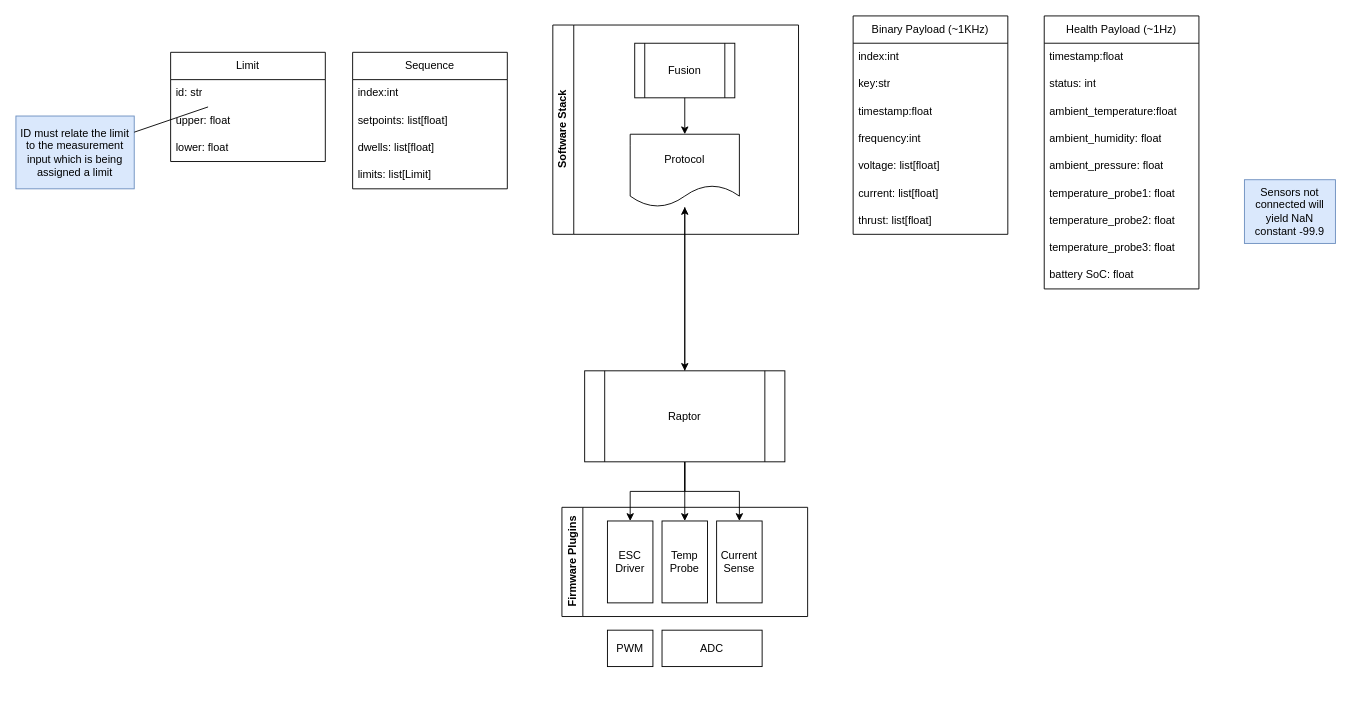
The draw.io diagram raptor/v1/Topology.drawio in dronectl/ddd, before the edit. Source tidied: cells renumbered, new cells numbered last; positions are measured from the earlier drawing's top-left corner, leaving out a move shared by most shapes. Both pictures are drawn from the tidied source at 91%, with x=0, y=0 at pixel (15, 15).
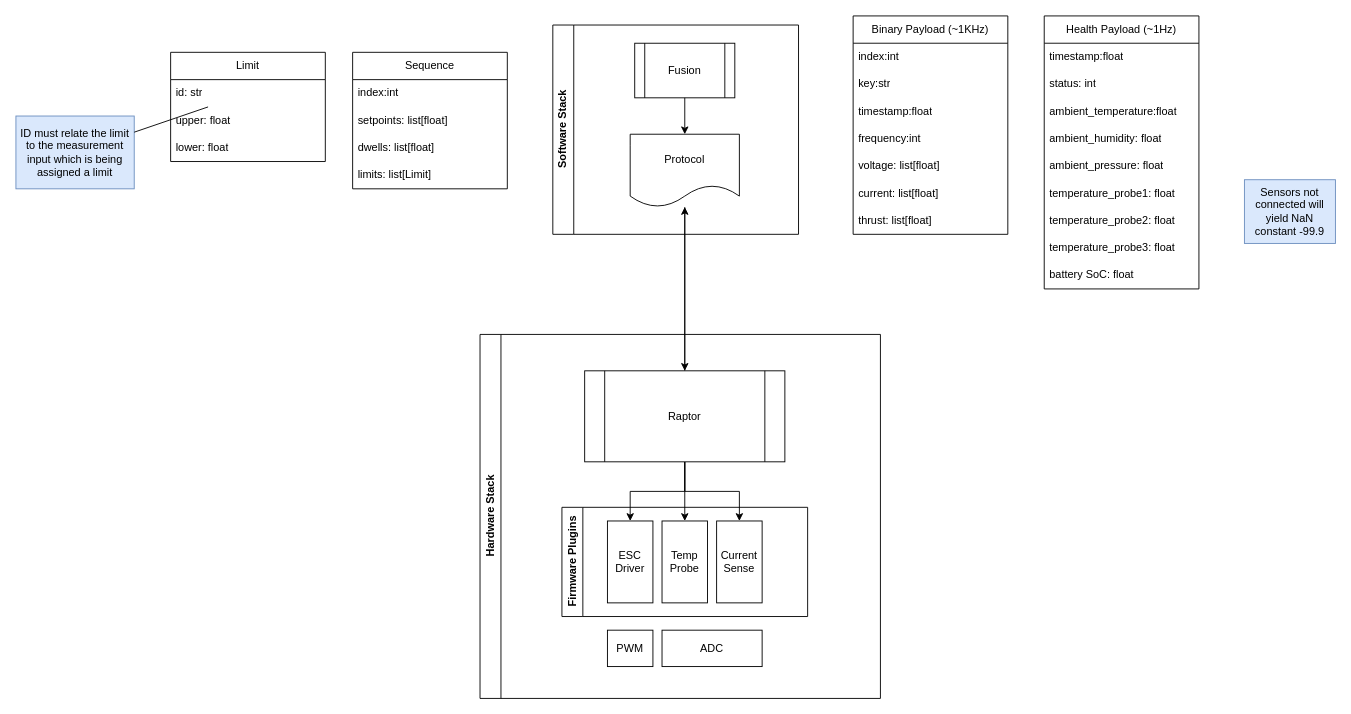
The same diagram, later.

What changed in the source:
```diff
@@
+    <mxCell id="48" value="Hardware Stack" style="swimlane;horizontal=0;whiteSpace=wrap;html=1;" parent="1" vertex="1">
+      <mxGeometry x="510" y="350" width="440" height="400" as="geometry" />
+    </mxCell>
```
